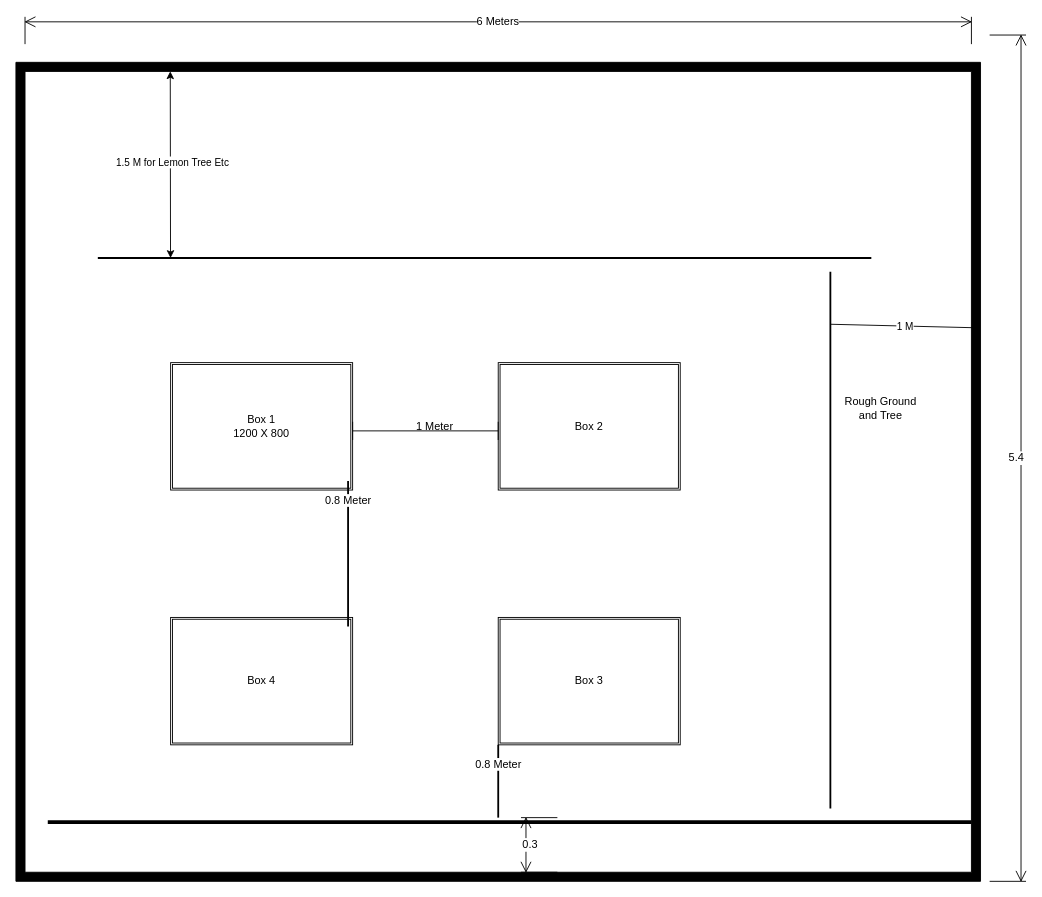
Earlier version of the draw.io diagram Box2.drawio (rgbaal/diagrams). Source tidied: cells renumbered, new cells numbered last; positions are measured from the earlier drawing's top-left corner, leaving out a move shared by most shapes. Both pictures are drawn from the tidied source at 91%, with x=0, y=0 at pixel (15, 16).
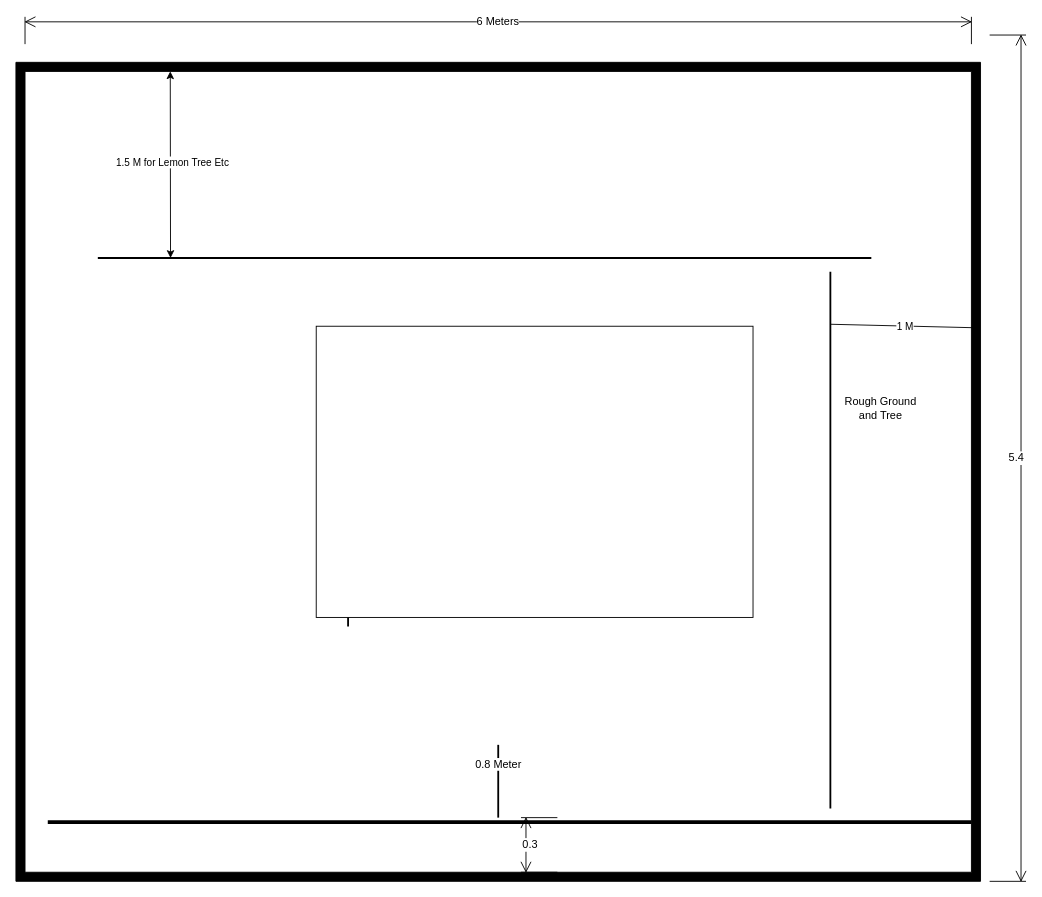
After the change.

Change to the diagram source:
```diff
@@
-    <mxCell id="14" value="Box 1&lt;br&gt;1200 X 800&lt;br&gt;" style="shape=ext;double=1;rounded=0;whiteSpace=wrap;html=1;" parent="1" vertex="1">
-      <mxGeometry x="170" y="380" width="200" height="140" as="geometry" />
-    </mxCell>
-    <mxCell id="15" value="Box 4" style="shape=ext;double=1;rounded=0;whiteSpace=wrap;html=1;" parent="1" vertex="1">
-      <mxGeometry x="170" y="660" width="200" height="140" as="geometry" />
-    </mxCell>
-    <mxCell id="16" value="Box 3" style="shape=ext;double=1;rounded=0;whiteSpace=wrap;html=1;" parent="1" vertex="1">
-      <mxGeometry x="530" y="660" width="200" height="140" as="geometry" />
-    </mxCell>
-    <mxCell id="17" value="Box 2" style="shape=ext;double=1;rounded=0;whiteSpace=wrap;html=1;" parent="1" vertex="1">
-      <mxGeometry x="530" y="380" width="200" height="140" as="geometry" />
-    </mxCell>
@@
+    <mxCell id="22" style="rounded=0;whiteSpace=wrap;html=1;" parent="1" vertex="1">
+      <mxGeometry x="330" y="340" width="480" height="320" as="geometry" />
+    </mxCell>
```
